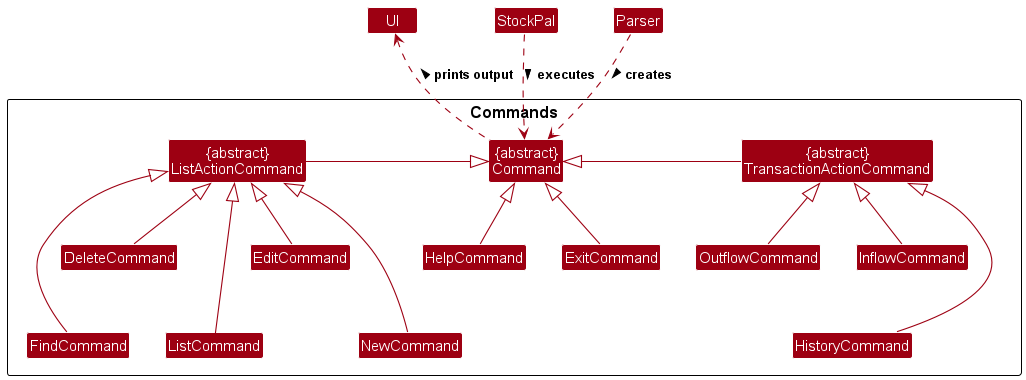
The PlantUML diagram docs/images/CommandClassDiagram.png in leongxingyu/tp, before a commit.
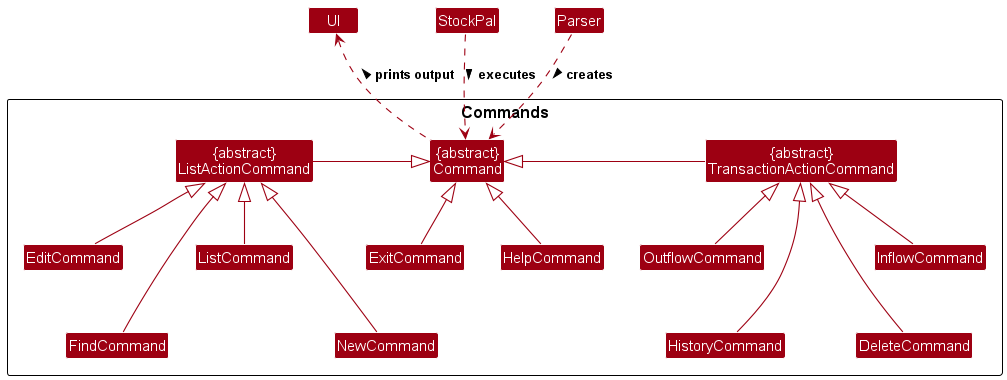
Above is the later version.

Commit message:
Add fix for bug when deleting product, but transaction still lingering.

The edit, as a diff of the source:
```diff
@@ -29,19 +29,18 @@
 exit -up-|> command
 help -up-|> command
 help -down[hidden]-> new
-find -right[hidden]-> list
-find -up[hidden]-> delete
-delete -right[hidden]-> edit
+find -up[hidden]-> edit
 
-delete -up-|> action
 new -up-|> action
 edit -up-|> action
 find -up-|> action
 list -up-|> action
 
 inflow -up-|> transaction
+delete -up-|> transaction
+delete -up[hidden]-|> inflow
+history -up-|> transaction
 outflow -up-|> transaction
-history -up-|> transaction
 history -up[hidden]-> outflow
 
 @enduml
```
